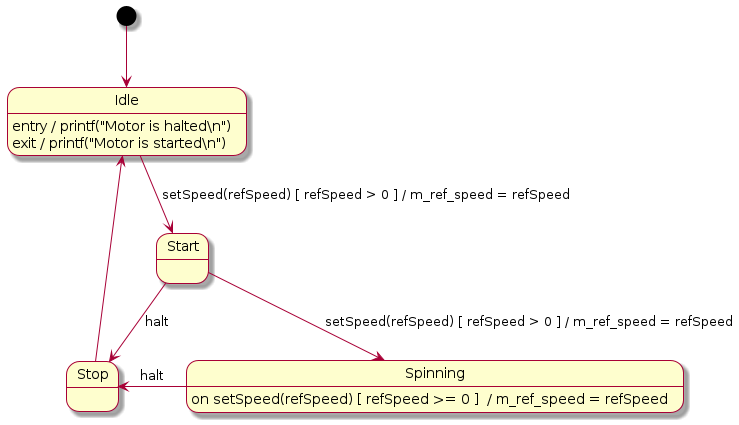
Lecrapouille/PlantUMLStatecharts keeps this PlantUML diagram as doc/Motor.png. Above is the earlier version.
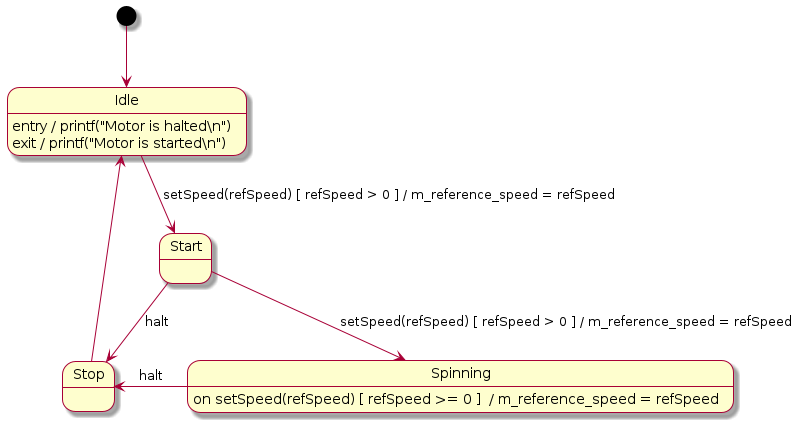
After the commit.

Diff of the diagram source:
```diff
@@ -6,13 +6,13 @@
 
 Idle : entry / printf("Motor is halted\\n")
 Idle : exit / printf("Motor is started\\n")
-Idle --> Start : setSpeed(refSpeed) [ refSpeed > 0 ] / m_ref_speed = refSpeed
+Idle --> Start : setSpeed(refSpeed) [ refSpeed > 0 ] / m_reference_speed = refSpeed
 
 Start --> Stop : halt
-Start -> Spinning : setSpeed(refSpeed) [ refSpeed > 0 ] / m_ref_speed = refSpeed
+Start -> Spinning : setSpeed(refSpeed) [ refSpeed > 0 ] / m_reference_speed = refSpeed
 Stop <- Spinning : halt
 Idle <- Stop
 
-Spinning : on setSpeed(refSpeed) [ refSpeed >= 0 ]  / m_ref_speed = refSpeed
+Spinning : on setSpeed(refSpeed) [ refSpeed >= 0 ]  / m_reference_speed = refSpeed
 
 @enduml
```
